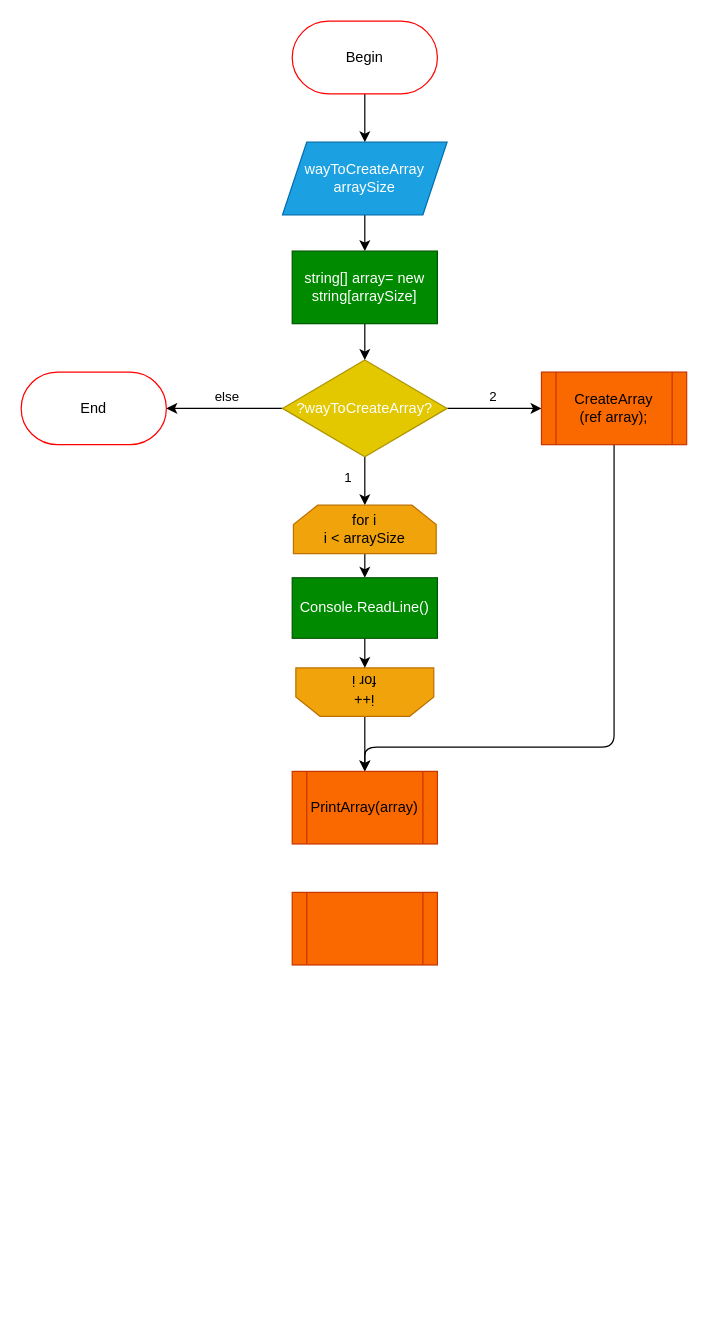
The draw.io diagram page "Main" (1 of 5) of algorithm/algorithm.drawio in hvtee/verification_work, before the edit. Source tidied: cells renumbered, new cells numbered last; positions are measured from the earlier drawing's top-left corner, leaving out a move shared by most shapes. Both pictures are drawn from the tidied source at 121%, with x=0, y=0 at pixel (21, 21).
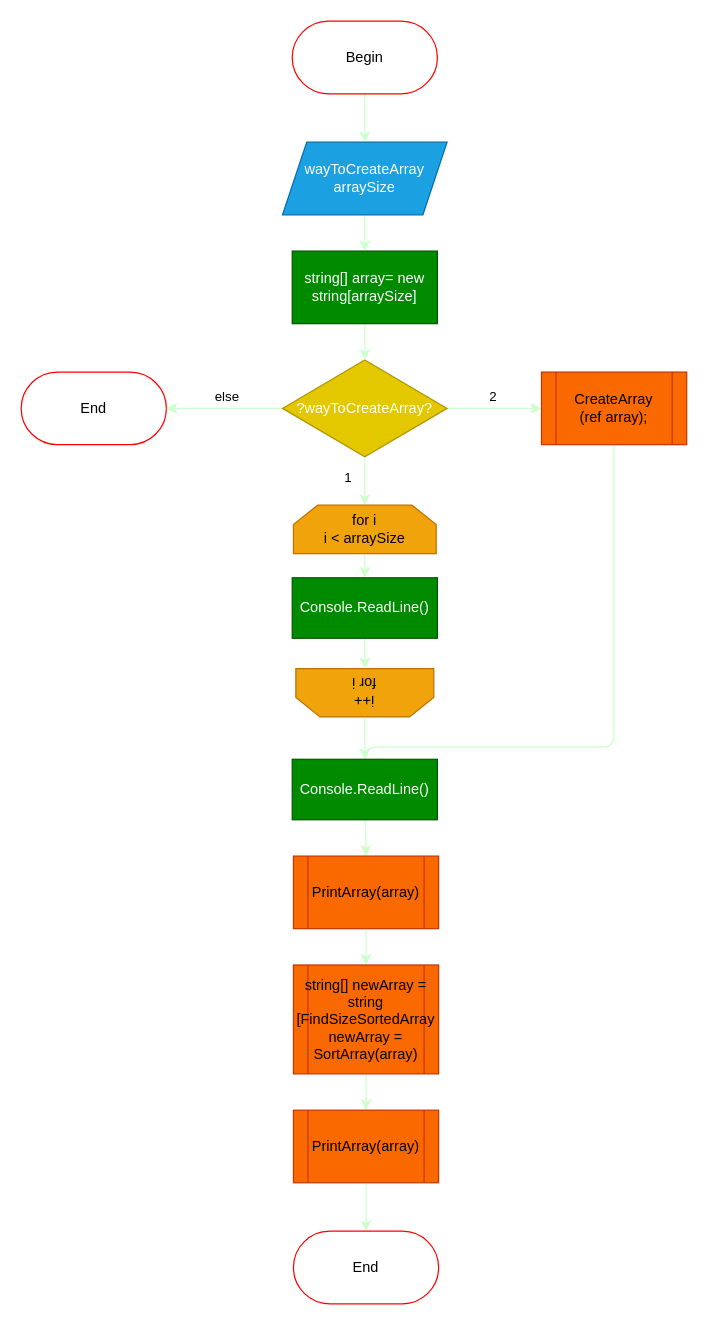
Above is the later version.

Commit message:
Corrected algorithm_main

Unchanged cells that the change refers to:
```xml
<mxCell id="3" value="Begin" style="rounded=1;whiteSpace=wrap;html=1;arcSize=50;strokeColor=#FF0000;" parent="1" vertex="1">
  <mxGeometry x="224" width="120" height="60" as="geometry" />
</mxCell>
<mxCell id="5" value="wayToCreateArray&lt;br&gt;arraySize" style="shape=parallelogram;perimeter=parallelogramPerimeter;whiteSpace=wrap;html=1;fixedSize=1;strokeColor=#006EAF;fillColor=#1ba1e2;fontColor=#ffffff;" parent="1" vertex="1">
  <mxGeometry x="216" y="100" width="136" height="60" as="geometry" />
</mxCell>
<mxCell id="6" value="End" style="rounded=1;whiteSpace=wrap;html=1;arcSize=50;strokeColor=#FF0000;" parent="1" vertex="1">
  <mxGeometry y="290" width="120" height="60" as="geometry" />
</mxCell>
<mxCell id="10" value="&lt;span style=&quot;color: rgb(255 , 255 , 255)&quot;&gt;?wayToCreateArray?&lt;/span&gt;" style="rhombus;whiteSpace=wrap;html=1;strokeColor=#B09500;fillColor=#e3c800;fontColor=#000000;" parent="1" vertex="1">
  <mxGeometry x="216" y="280" width="136" height="80" as="geometry" />
</mxCell>
<mxCell id="12" value="CreateArray&lt;br&gt;(ref array);" style="shape=process;whiteSpace=wrap;html=1;backgroundOutline=1;strokeColor=#C73500;fillColor=#fa6800;fontColor=#000000;" parent="1" vertex="1">
  <mxGeometry x="430" y="290" width="120" height="60" as="geometry" />
</mxCell>
<mxCell id="14" value="string[] array= new string[arraySize]" style="rounded=0;whiteSpace=wrap;html=1;strokeColor=#005700;fillColor=#008a00;fontColor=#ffffff;" parent="1" vertex="1">
  <mxGeometry x="224" y="190" width="120" height="60" as="geometry" />
</mxCell>
<mxCell id="16" value="for i&lt;br&gt;i &amp;lt; arraySize" style="shape=loopLimit;whiteSpace=wrap;html=1;strokeColor=#BD7000;fillColor=#f0a30a;fontColor=#000000;" parent="1" vertex="1">
  <mxGeometry x="225" y="400" width="118" height="40" as="geometry" />
</mxCell>
<mxCell id="20" value="Console.ReadLine()" style="rounded=0;whiteSpace=wrap;html=1;strokeColor=#005700;fillColor=#008a00;fontColor=#ffffff;" parent="1" vertex="1">
  <mxGeometry x="224" y="460" width="120" height="50" as="geometry" />
</mxCell>
```

Diff of the diagram source:
```diff
@@
-    <mxCell id="2" style="edgeStyle=none;html=1;exitX=0.5;exitY=1;exitDx=0;exitDy=0;entryX=0.5;entryY=0;entryDx=0;entryDy=0;" parent="1" edge="1" source="3" target="5">
+    <mxCell id="2" style="edgeStyle=none;html=1;exitX=0.5;exitY=1;exitDx=0;exitDy=0;entryX=0.5;entryY=0;entryDx=0;entryDy=0;strokeColor=#CCFFCC;" parent="1" edge="1" source="3" target="5">
       <mxGeometry relative="1" as="geometry" />
     </mxCell>
@@
-    <mxCell id="4" style="edgeStyle=none;html=1;exitX=0.5;exitY=1;exitDx=0;exitDy=0;entryX=0.5;entryY=0;entryDx=0;entryDy=0;" parent="1" edge="1" source="5" target="14">
+    <mxCell id="4" style="edgeStyle=none;html=1;exitX=0.5;exitY=1;exitDx=0;exitDy=0;entryX=0.5;entryY=0;entryDx=0;entryDy=0;strokeColor=#CCFFCC;" parent="1" edge="1" source="5" target="14">
       <mxGeometry relative="1" as="geometry" />
     </mxCell>
@@
-    <mxCell id="7" value="else" style="edgeStyle=none;html=1;exitX=0;exitY=0.5;exitDx=0;exitDy=0;entryX=1;entryY=0.5;entryDx=0;entryDy=0;" parent="1" edge="1" source="10" target="6">
+    <mxCell id="7" value="else" style="edgeStyle=none;html=1;exitX=0;exitY=0.5;exitDx=0;exitDy=0;entryX=1;entryY=0.5;entryDx=0;entryDy=0;strokeColor=#CCFFCC;" parent="1" edge="1" source="10" target="6">
       <mxGeometry x="-0.04" y="-10" relative="1" as="geometry" />
     </mxCell>
-    <mxCell id="8" value="1" style="edgeStyle=none;html=1;exitX=0.5;exitY=1;exitDx=0;exitDy=0;entryX=0.5;entryY=0;entryDx=0;entryDy=0;" parent="1" edge="1" source="10" target="16">
+    <mxCell id="8" value="1" style="edgeStyle=none;html=1;exitX=0.5;exitY=1;exitDx=0;exitDy=0;entryX=0.5;entryY=0;entryDx=0;entryDy=0;strokeColor=#CCFFCC;" parent="1" edge="1" source="10" target="16">
       <mxGeometry x="-0.14" y="-14" relative="1" as="geometry" />
     </mxCell>
-    <mxCell id="9" value="2" style="edgeStyle=none;html=1;exitX=1;exitY=0.5;exitDx=0;exitDy=0;entryX=0;entryY=0.5;entryDx=0;entryDy=0;" parent="1" edge="1" source="10" target="12">
+    <mxCell id="9" value="2" style="edgeStyle=none;html=1;exitX=1;exitY=0.5;exitDx=0;exitDy=0;entryX=0;entryY=0.5;entryDx=0;entryDy=0;strokeColor=#CCFFCC;" parent="1" edge="1" source="10" target="12">
       <mxGeometry x="-0.03" y="10" relative="1" as="geometry" />
     </mxCell>
@@
-    <mxCell id="11" style="edgeStyle=none;html=1;exitX=0.5;exitY=1;exitDx=0;exitDy=0;entryX=0.5;entryY=0;entryDx=0;entryDy=0;" parent="1" edge="1" source="12" target="21">
+    <mxCell id="11" style="edgeStyle=none;html=1;exitX=0.5;exitY=1;exitDx=0;exitDy=0;entryX=0.5;entryY=0;entryDx=0;entryDy=0;strokeColor=#CCFFCC;" parent="1" edge="1" source="12" target="21">
       <mxGeometry relative="1" as="geometry">
         <Array as="points">
           <mxPoint x="490" y="600" />
           <mxPoint x="284" y="600" />
         </Array>
       </mxGeometry>
     </mxCell>
@@
-    <mxCell id="13" style="edgeStyle=none;html=1;exitX=0.5;exitY=1;exitDx=0;exitDy=0;entryX=0.5;entryY=0;entryDx=0;entryDy=0;" parent="1" edge="1" source="14" target="10">
+    <mxCell id="13" style="edgeStyle=none;html=1;exitX=0.5;exitY=1;exitDx=0;exitDy=0;entryX=0.5;entryY=0;entryDx=0;entryDy=0;strokeColor=#CCFFCC;" parent="1" edge="1" source="14" target="10">
       <mxGeometry relative="1" as="geometry" />
     </mxCell>
@@
-    <mxCell id="15" style="edgeStyle=none;html=1;exitX=0.5;exitY=1;exitDx=0;exitDy=0;entryX=0.5;entryY=0;entryDx=0;entryDy=0;" parent="1" edge="1" source="16" target="20">
+    <mxCell id="15" style="edgeStyle=none;html=1;exitX=0.5;exitY=1;exitDx=0;exitDy=0;entryX=0.5;entryY=0;entryDx=0;entryDy=0;strokeColor=#CCFFCC;" parent="1" edge="1" source="16" target="20">
       <mxGeometry relative="1" as="geometry" />
     </mxCell>
@@
-    <mxCell id="17" style="edgeStyle=none;html=1;exitX=0.5;exitY=0;exitDx=0;exitDy=0;entryX=0.5;entryY=0;entryDx=0;entryDy=0;" parent="1" edge="1" source="18" target="21">
-      <mxGeometry relative="1" as="geometry" />
-    </mxCell>
+    <mxCell id="23" style="edgeStyle=none;html=1;exitX=0.5;exitY=0;exitDx=0;exitDy=0;entryX=0.5;entryY=0;entryDx=0;entryDy=0;strokeColor=#CCFFCC;" parent="1" edge="1" source="18" target="26">
+      <mxGeometry relative="1" as="geometry" />
+    </mxCell>
     <mxCell id="18" value="i++&lt;br&gt;for i" style="shape=loopLimit;whiteSpace=wrap;html=1;strokeColor=#BD7000;fillColor=#f0a30a;fontColor=#000000;rotation=-180;verticalAlign=middle;horizontal=1;textDirection=ltr;" parent="1" vertex="1">
-      <mxGeometry x="227" y="534.5" width="114" height="40" as="geometry" />
+      <mxGeometry x="227" y="535" width="114" height="40" as="geometry" />
     </mxCell>
-    <mxCell id="19" style="edgeStyle=none;html=1;exitX=0.5;exitY=1;exitDx=0;exitDy=0;entryX=0.5;entryY=1;entryDx=0;entryDy=0;" parent="1" edge="1" source="20" target="18">
+    <mxCell id="19" style="edgeStyle=none;html=1;exitX=0.5;exitY=1;exitDx=0;exitDy=0;entryX=0.5;entryY=1;entryDx=0;entryDy=0;strokeColor=#CCFFCC;" parent="1" edge="1" source="20" target="18">
       <mxGeometry relative="1" as="geometry" />
     </mxCell>
@@
+    <mxCell id="24" style="edgeStyle=none;html=1;exitX=0.5;exitY=1;exitDx=0;exitDy=0;entryX=0.5;entryY=0;entryDx=0;entryDy=0;strokeColor=#CCFFCC;" parent="1" edge="1" source="21" target="22">
+      <mxGeometry relative="1" as="geometry" />
+    </mxCell>
     <mxCell id="21" value="PrintArray(array)" style="shape=process;whiteSpace=wrap;html=1;backgroundOutline=1;strokeColor=#C73500;fillColor=#fa6800;fontColor=#000000;" parent="1" vertex="1">
-      <mxGeometry x="224" y="620" width="120" height="60" as="geometry" />
+      <mxGeometry x="225" y="690" width="120" height="60" as="geometry" />
     </mxCell>
+    <mxCell id="25" style="edgeStyle=none;html=1;exitX=0.5;exitY=1;exitDx=0;exitDy=0;entryX=0.5;entryY=0;entryDx=0;entryDy=0;strokeColor=#CCFFCC;" parent="1" edge="1" source="22" target="28">
+      <mxGeometry relative="1" as="geometry" />
+    </mxCell>
-    <mxCell id="22" style="shape=process;whiteSpace=wrap;html=1;backgroundOutline=1;strokeColor=#C73500;fillColor=#fa6800;fontColor=#000000;" parent="1" vertex="1">
-      <mxGeometry x="224" y="720" width="120" height="60" as="geometry" />
+    <mxCell id="22" value="string[] newArray = string [FindSizeSortedArray&lt;br&gt;newArray = SortArray(array)" style="shape=process;whiteSpace=wrap;html=1;backgroundOutline=1;strokeColor=#C73500;fillColor=#fa6800;fontColor=#000000;" parent="1" vertex="1">
+      <mxGeometry x="225" y="780" width="120" height="90" as="geometry" />
     </mxCell>
+    <mxCell id="26" value="Console.ReadLine()" style="rounded=0;whiteSpace=wrap;html=1;strokeColor=#005700;fillColor=#008a00;fontColor=#ffffff;" parent="1" vertex="1">
+      <mxGeometry x="224" y="610" width="120" height="50" as="geometry" />
+    </mxCell>
+    <mxCell id="27" style="edgeStyle=none;html=1;exitX=0.5;exitY=1;exitDx=0;exitDy=0;entryX=0.5;entryY=0;entryDx=0;entryDy=0;strokeColor=#CCFFCC;" parent="1" edge="1" source="28" target="29">
+      <mxGeometry relative="1" as="geometry" />
+    </mxCell>
+    <mxCell id="28" value="PrintArray(array)" style="shape=process;whiteSpace=wrap;html=1;backgroundOutline=1;strokeColor=#C73500;fillColor=#fa6800;fontColor=#000000;" parent="1" vertex="1">
+      <mxGeometry x="225" y="900" width="120" height="60" as="geometry" />
+    </mxCell>
+    <mxCell id="29" value="End" style="rounded=1;whiteSpace=wrap;html=1;arcSize=50;strokeColor=#FF0000;" parent="1" vertex="1">
+      <mxGeometry x="225" y="1000" width="120" height="60" as="geometry" />
+    </mxCell>
```
